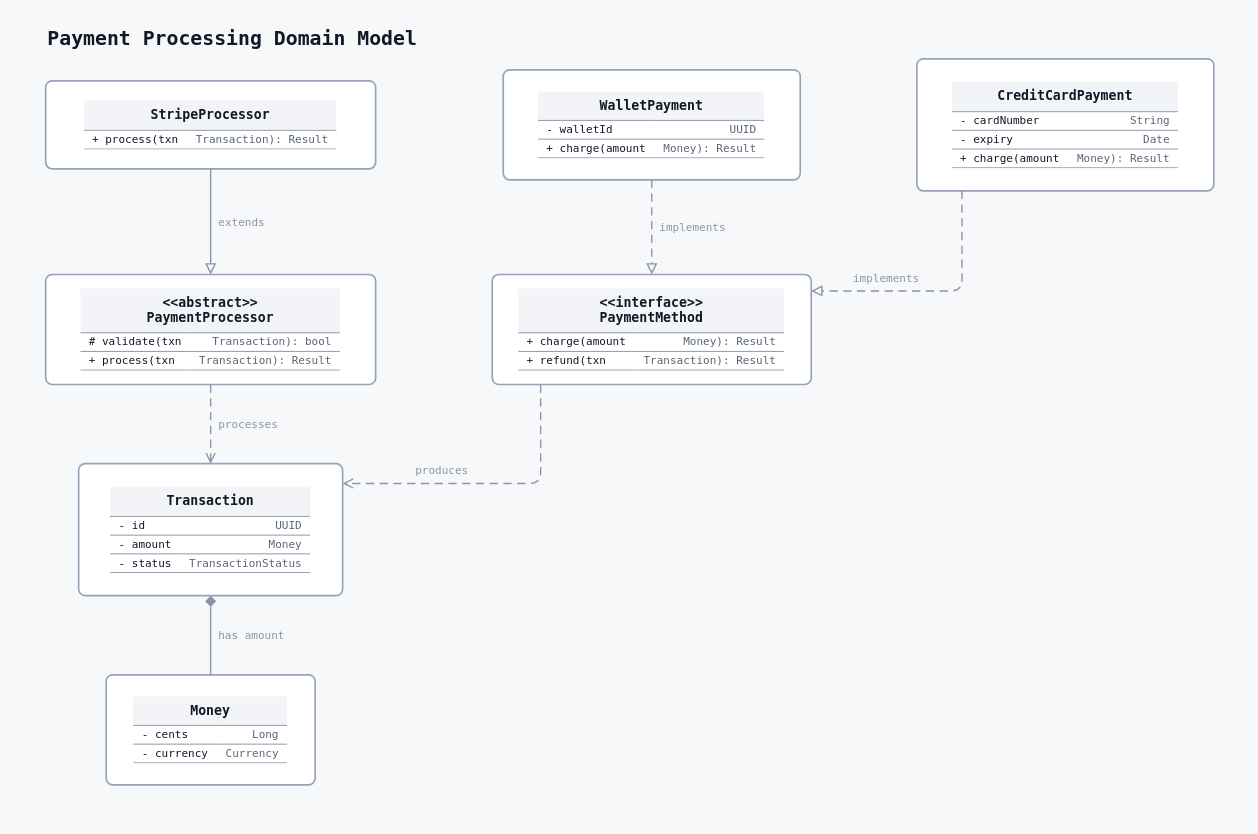
The draw.io diagram examples/payment_class_diagram/payment_class_diagram.drawio in rg12301/rdg, before the edit. Source tidied: cells renumbered, new cells numbered last; positions are measured from the earlier drawing's top-left corner, leaving out a move shared by most shapes. Both pictures are drawn from the tidied source at 110%, with x=0, y=0 at pixel (45, 19).
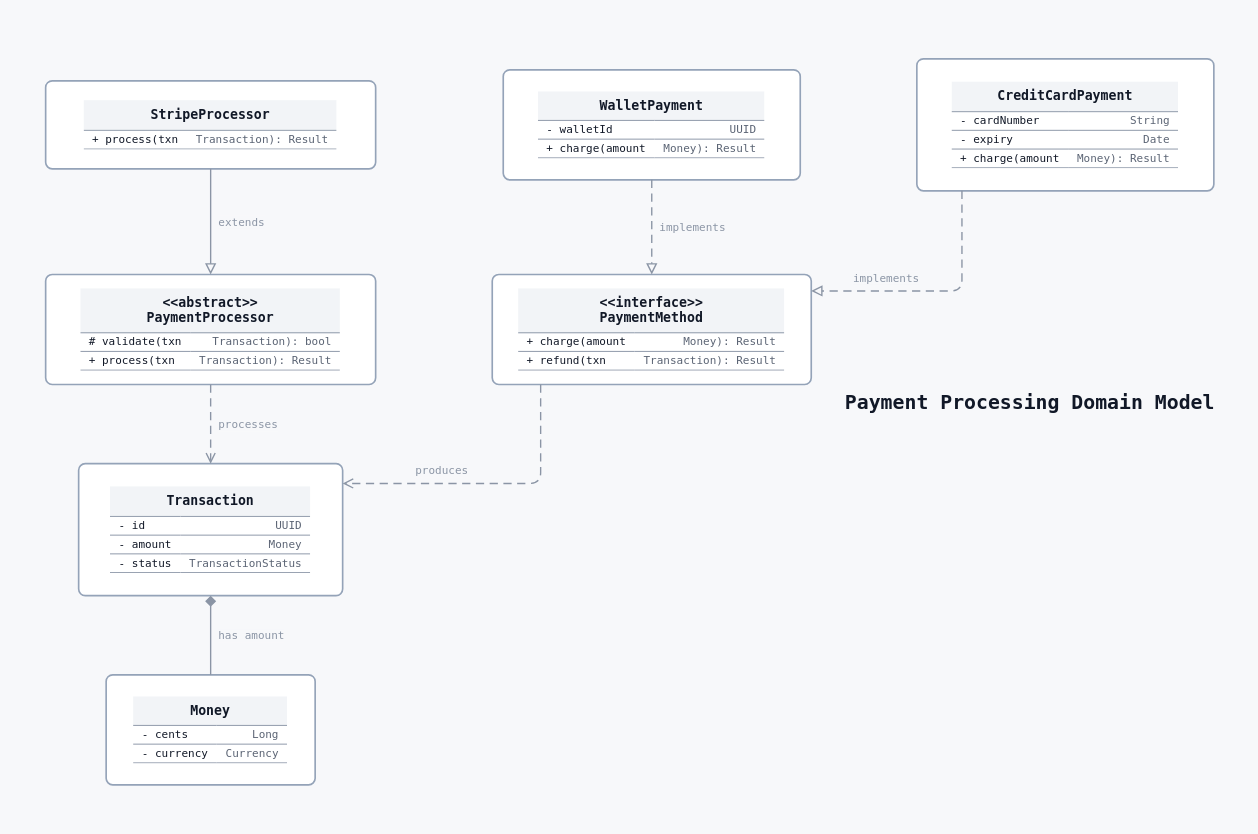
The same diagram, later.

Change to the diagram source:
```diff
@@
 <mxGraphModel background="#f7f8fa">
   <root>
     <mxCell id="0" />
     <mxCell id="1" parent="0" />
+    <mxCell id="16" style="rounded=0;fillColor=none;strokeColor=none;selectable=0;" parent="1" vertex="1">
+      <mxGeometry x="-24" y="8" width="1110" height="716" as="geometry" />
+    </mxCell>
-    <mxCell id="2" value="&lt;b&gt;&lt;font style=&quot;font-size:18px;color:#111827;&quot;&gt;Payment Processing Domain Model&lt;/font&gt;&lt;/b&gt;" style="text;html=1;strokeColor=none;fillColor=none;align=left;verticalAlign=top;rounded=0;whiteSpace=nowrap;fontFamily=JetBrains Mono, ui-monospace, SFMono-Regular, Menlo, Consolas, monospace;" parent="1" vertex="1">
-      <mxGeometry width="335" height="36" as="geometry" />
+    <mxCell id="2" value="&lt;b&gt;&lt;font style=&quot;font-size:18px;color:#111827;line-height:24px;&quot;&gt;Payment Processing Domain Model&lt;/font&gt;&lt;/b&gt;" style="text;html=1;strokeColor=none;fillColor=none;align=right;verticalAlign=top;rounded=0;whiteSpace=nowrap;spacing=0;fontFamily=JetBrains Mono, ui-monospace, SFMono-Regular, Menlo, Consolas, monospace;" parent="1" vertex="1">
+      <mxGeometry x="723" y="332" width="338.8" height="24.3" as="geometry" />
     </mxCell>
     <mxCell id="3" value="&lt;table style=&quot;width:100%;height:100%;border-collapse:collapse;font-family:JetBrains Mono, ui-monospace, SFMono-Regular, Menlo, Consolas, monospace;&quot;&gt;&lt;tr style=&quot;background:rgba(148,163,184,0.120);&quot;&gt;&lt;td colspan=&quot;2&quot; style=&quot;padding:6px 8px;border-bottom:1px solid #9aa3b2;text-align:center;color:#111827;font-size:12px;&quot;&gt;&lt;b&gt;&amp;lt;&amp;lt;interface&amp;gt;&amp;gt;&lt;br/&gt;PaymentMethod&lt;/b&gt;&lt;/td&gt;&lt;/tr&gt;&lt;tr style=&quot;border-bottom:1px solid #9aa3b2;&quot;&gt;&lt;td  style=&quot;padding:2px 8px;text-align:left;font-family:JetBrains Mono, ui-monospace, Menlo, monospace;font-size:10px;color:#111827;&quot;&gt;+ charge(amount&lt;/td&gt;&lt;td style=&quot;padding:2px 8px;text-align:right;color:#5b6474;font-size:10px;font-family:JetBrains Mono, ui-monospace, Menlo, monospace;&quot;&gt;Money): Result&lt;/td&gt;&lt;/tr&gt;&lt;tr style=&quot;border-bottom:1px solid #9aa3b2;&quot;&gt;&lt;td  style=&quot;padding:2px 8px;text-align:left;font-family:JetBrains Mono, ui-monospace, Menlo, monospace;font-size:10px;color:#111827;&quot;&gt;+ refund(txn&lt;/td&gt;&lt;td style=&quot;padding:2px 8px;text-align:right;color:#5b6474;font-size:10px;font-family:JetBrains Mono, ui-monospace, Menlo, monospace;&quot;&gt;Transaction): Result&lt;/td&gt;&lt;/tr&gt;&lt;/table&gt;" style="rounded=1;absoluteArcSize=1;arcSize=12;html=1;whiteSpace=wrap;fillColor=#ffffff;fillOpacity=100;strokeColor=#94a3b8;strokeWidth=1.5;shadow=0;fontFamily=JetBrains Mono, ui-monospace, SFMono-Regular, Menlo, Consolas, monospace;fontSize=12;fontColor=#111827;fontStyle=0;align=center;verticalAlign=middle;spacingTop=4;spacingBottom=4;spacingLeft=8;spacingRight=8;spacingTop=0;spacingBottom=0;spacingLeft=0;spacingRight=0;overflow=hidden;" parent="1" vertex="1">
       <mxGeometry x="406" y="232" width="290" height="100" as="geometry" />
     </mxCell>
     <mxCell id="4" value="&lt;table style=&quot;width:100%;height:100%;border-collapse:collapse;font-family:JetBrains Mono, ui-monospace, SFMono-Regular, Menlo, Consolas, monospace;&quot;&gt;&lt;tr style=&quot;background:rgba(148,163,184,0.120);&quot;&gt;&lt;td colspan=&quot;2&quot; style=&quot;padding:6px 8px;border-bottom:1px solid #9aa3b2;text-align:center;color:#111827;font-size:12px;&quot;&gt;&lt;b&gt;CreditCardPayment&lt;/b&gt;&lt;/td&gt;&lt;/tr&gt;&lt;tr style=&quot;border-bottom:1px solid #9aa3b2;&quot;&gt;&lt;td  style=&quot;padding:2px 8px;text-align:left;font-family:JetBrains Mono, ui-monospace, Menlo, monospace;font-size:10px;color:#111827;&quot;&gt;- cardNumber&lt;/td&gt;&lt;td style=&quot;padding:2px 8px;text-align:right;color:#5b6474;font-size:10px;font-family:JetBrains Mono, ui-monospace, Menlo, monospace;&quot;&gt;String&lt;/td&gt;&lt;/tr&gt;&lt;tr style=&quot;border-bottom:1px solid #9aa3b2;&quot;&gt;&lt;td  style=&quot;padding:2px 8px;text-align:left;font-family:JetBrains Mono, ui-monospace, Menlo, monospace;font-size:10px;color:#111827;&quot;&gt;- expiry&lt;/td&gt;&lt;td style=&quot;padding:2px 8px;text-align:right;color:#5b6474;font-size:10px;font-family:JetBrains Mono, ui-monospace, Menlo, monospace;&quot;&gt;Date&lt;/td&gt;&lt;/tr&gt;&lt;tr style=&quot;border-bottom:1px solid #9aa3b2;&quot;&gt;&lt;td  style=&quot;padding:2px 8px;text-align:left;font-family:JetBrains Mono, ui-monospace, Menlo, monospace;font-size:10px;color:#111827;&quot;&gt;+ charge(amount&lt;/td&gt;&lt;td style=&quot;padding:2px 8px;text-align:right;color:#5b6474;font-size:10px;font-family:JetBrains Mono, ui-monospace, Menlo, monospace;&quot;&gt;Money): Result&lt;/td&gt;&lt;/tr&gt;&lt;/table&gt;" style="rounded=1;absoluteArcSize=1;arcSize=12;html=1;whiteSpace=wrap;fillColor=#ffffff;fillOpacity=100;strokeColor=#94a3b8;strokeWidth=1.5;shadow=0;fontFamily=JetBrains Mono, ui-monospace, SFMono-Regular, Menlo, Consolas, monospace;fontSize=12;fontColor=#111827;fontStyle=0;align=center;verticalAlign=middle;spacingTop=4;spacingBottom=4;spacingLeft=8;spacingRight=8;spacingTop=0;spacingBottom=0;spacingLeft=0;spacingRight=0;overflow=hidden;" parent="1" vertex="1">
       <mxGeometry x="792" y="36" width="270" height="120" as="geometry" />
     </mxCell>
     <mxCell id="5" value="&lt;table style=&quot;width:100%;height:100%;border-collapse:collapse;font-family:JetBrains Mono, ui-monospace, SFMono-Regular, Menlo, Consolas, monospace;&quot;&gt;&lt;tr style=&quot;background:rgba(148,163,184,0.120);&quot;&gt;&lt;td colspan=&quot;2&quot; style=&quot;padding:6px 8px;border-bottom:1px solid #9aa3b2;text-align:center;color:#111827;font-size:12px;&quot;&gt;&lt;b&gt;WalletPayment&lt;/b&gt;&lt;/td&gt;&lt;/tr&gt;&lt;tr style=&quot;border-bottom:1px solid #9aa3b2;&quot;&gt;&lt;td  style=&quot;padding:2px 8px;text-align:left;font-family:JetBrains Mono, ui-monospace, Menlo, monospace;font-size:10px;color:#111827;&quot;&gt;- walletId&lt;/td&gt;&lt;td style=&quot;padding:2px 8px;text-align:right;color:#5b6474;font-size:10px;font-family:JetBrains Mono, ui-monospace, Menlo, monospace;&quot;&gt;UUID&lt;/td&gt;&lt;/tr&gt;&lt;tr style=&quot;border-bottom:1px solid #9aa3b2;&quot;&gt;&lt;td  style=&quot;padding:2px 8px;text-align:left;font-family:JetBrains Mono, ui-monospace, Menlo, monospace;font-size:10px;color:#111827;&quot;&gt;+ charge(amount&lt;/td&gt;&lt;td style=&quot;padding:2px 8px;text-align:right;color:#5b6474;font-size:10px;font-family:JetBrains Mono, ui-monospace, Menlo, monospace;&quot;&gt;Money): Result&lt;/td&gt;&lt;/tr&gt;&lt;/table&gt;" style="rounded=1;absoluteArcSize=1;arcSize=12;html=1;whiteSpace=wrap;fillColor=#ffffff;fillOpacity=100;strokeColor=#94a3b8;strokeWidth=1.5;shadow=0;fontFamily=JetBrains Mono, ui-monospace, SFMono-Regular, Menlo, Consolas, monospace;fontSize=12;fontColor=#111827;fontStyle=0;align=center;verticalAlign=middle;spacingTop=4;spacingBottom=4;spacingLeft=8;spacingRight=8;spacingTop=0;spacingBottom=0;spacingLeft=0;spacingRight=0;overflow=hidden;" parent="1" vertex="1">
       <mxGeometry x="416" y="46" width="270" height="100" as="geometry" />
     </mxCell>
     <mxCell id="6" value="&lt;table style=&quot;width:100%;height:100%;border-collapse:collapse;font-family:JetBrains Mono, ui-monospace, SFMono-Regular, Menlo, Consolas, monospace;&quot;&gt;&lt;tr style=&quot;background:rgba(148,163,184,0.120);&quot;&gt;&lt;td colspan=&quot;2&quot; style=&quot;padding:6px 8px;border-bottom:1px solid #9aa3b2;text-align:center;color:#111827;font-size:12px;&quot;&gt;&lt;b&gt;Transaction&lt;/b&gt;&lt;/td&gt;&lt;/tr&gt;&lt;tr style=&quot;border-bottom:1px solid #9aa3b2;&quot;&gt;&lt;td  style=&quot;padding:2px 8px;text-align:left;font-family:JetBrains Mono, ui-monospace, Menlo, monospace;font-size:10px;color:#111827;&quot;&gt;- id&lt;/td&gt;&lt;td style=&quot;padding:2px 8px;text-align:right;color:#5b6474;font-size:10px;font-family:JetBrains Mono, ui-monospace, Menlo, monospace;&quot;&gt;UUID&lt;/td&gt;&lt;/tr&gt;&lt;tr style=&quot;border-bottom:1px solid #9aa3b2;&quot;&gt;&lt;td  style=&quot;padding:2px 8px;text-align:left;font-family:JetBrains Mono, ui-monospace, Menlo, monospace;font-size:10px;color:#111827;&quot;&gt;- amount&lt;/td&gt;&lt;td style=&quot;padding:2px 8px;text-align:right;color:#5b6474;font-size:10px;font-family:JetBrains Mono, ui-monospace, Menlo, monospace;&quot;&gt;Money&lt;/td&gt;&lt;/tr&gt;&lt;tr style=&quot;border-bottom:1px solid #9aa3b2;&quot;&gt;&lt;td  style=&quot;padding:2px 8px;text-align:left;font-family:JetBrains Mono, ui-monospace, Menlo, monospace;font-size:10px;color:#111827;&quot;&gt;- status&lt;/td&gt;&lt;td style=&quot;padding:2px 8px;text-align:right;color:#5b6474;font-size:10px;font-family:JetBrains Mono, ui-monospace, Menlo, monospace;&quot;&gt;TransactionStatus&lt;/td&gt;&lt;/tr&gt;&lt;/table&gt;" style="rounded=1;absoluteArcSize=1;arcSize=12;html=1;whiteSpace=wrap;fillColor=#ffffff;fillOpacity=100;strokeColor=#94a3b8;strokeWidth=1.5;shadow=0;fontFamily=JetBrains Mono, ui-monospace, SFMono-Regular, Menlo, Consolas, monospace;fontSize=12;fontColor=#111827;fontStyle=0;align=center;verticalAlign=middle;spacingTop=4;spacingBottom=4;spacingLeft=8;spacingRight=8;spacingTop=0;spacingBottom=0;spacingLeft=0;spacingRight=0;overflow=hidden;" parent="1" vertex="1">
       <mxGeometry x="30" y="404" width="240" height="120" as="geometry" />
     </mxCell>
     <mxCell id="7" value="&lt;table style=&quot;width:100%;height:100%;border-collapse:collapse;font-family:JetBrains Mono, ui-monospace, SFMono-Regular, Menlo, Consolas, monospace;&quot;&gt;&lt;tr style=&quot;background:rgba(148,163,184,0.120);&quot;&gt;&lt;td colspan=&quot;2&quot; style=&quot;padding:6px 8px;border-bottom:1px solid #9aa3b2;text-align:center;color:#111827;font-size:12px;&quot;&gt;&lt;b&gt;Money&lt;/b&gt;&lt;/td&gt;&lt;/tr&gt;&lt;tr style=&quot;border-bottom:1px solid #9aa3b2;&quot;&gt;&lt;td  style=&quot;padding:2px 8px;text-align:left;font-family:JetBrains Mono, ui-monospace, Menlo, monospace;font-size:10px;color:#111827;&quot;&gt;- cents&lt;/td&gt;&lt;td style=&quot;padding:2px 8px;text-align:right;color:#5b6474;font-size:10px;font-family:JetBrains Mono, ui-monospace, Menlo, monospace;&quot;&gt;Long&lt;/td&gt;&lt;/tr&gt;&lt;tr style=&quot;border-bottom:1px solid #9aa3b2;&quot;&gt;&lt;td  style=&quot;padding:2px 8px;text-align:left;font-family:JetBrains Mono, ui-monospace, Menlo, monospace;font-size:10px;color:#111827;&quot;&gt;- currency&lt;/td&gt;&lt;td style=&quot;padding:2px 8px;text-align:right;color:#5b6474;font-size:10px;font-family:JetBrains Mono, ui-monospace, Menlo, monospace;&quot;&gt;Currency&lt;/td&gt;&lt;/tr&gt;&lt;/table&gt;" style="rounded=1;absoluteArcSize=1;arcSize=12;html=1;whiteSpace=wrap;fillColor=#ffffff;fillOpacity=100;strokeColor=#94a3b8;strokeWidth=1.5;shadow=0;fontFamily=JetBrains Mono, ui-monospace, SFMono-Regular, Menlo, Consolas, monospace;fontSize=12;fontColor=#111827;fontStyle=0;align=center;verticalAlign=middle;spacingTop=4;spacingBottom=4;spacingLeft=8;spacingRight=8;spacingTop=0;spacingBottom=0;spacingLeft=0;spacingRight=0;overflow=hidden;" parent="1" vertex="1">
       <mxGeometry x="55" y="596" width="190" height="100" as="geometry" />
     </mxCell>
     <mxCell id="8" value="&lt;table style=&quot;width:100%;height:100%;border-collapse:collapse;font-family:JetBrains Mono, ui-monospace, SFMono-Regular, Menlo, Consolas, monospace;&quot;&gt;&lt;tr style=&quot;background:rgba(148,163,184,0.120);&quot;&gt;&lt;td colspan=&quot;2&quot; style=&quot;padding:6px 8px;border-bottom:1px solid #9aa3b2;text-align:center;color:#111827;font-size:12px;&quot;&gt;&lt;b&gt;&amp;lt;&amp;lt;abstract&amp;gt;&amp;gt;&lt;br/&gt;PaymentProcessor&lt;/b&gt;&lt;/td&gt;&lt;/tr&gt;&lt;tr style=&quot;border-bottom:1px solid #9aa3b2;&quot;&gt;&lt;td  style=&quot;padding:2px 8px;text-align:left;font-family:JetBrains Mono, ui-monospace, Menlo, monospace;font-size:10px;color:#111827;&quot;&gt;# validate(txn&lt;/td&gt;&lt;td style=&quot;padding:2px 8px;text-align:right;color:#5b6474;font-size:10px;font-family:JetBrains Mono, ui-monospace, Menlo, monospace;&quot;&gt;Transaction): bool&lt;/td&gt;&lt;/tr&gt;&lt;tr style=&quot;border-bottom:1px solid #9aa3b2;&quot;&gt;&lt;td  style=&quot;padding:2px 8px;text-align:left;font-family:JetBrains Mono, ui-monospace, Menlo, monospace;font-size:10px;color:#111827;&quot;&gt;+ process(txn&lt;/td&gt;&lt;td style=&quot;padding:2px 8px;text-align:right;color:#5b6474;font-size:10px;font-family:JetBrains Mono, ui-monospace, Menlo, monospace;&quot;&gt;Transaction): Result&lt;/td&gt;&lt;/tr&gt;&lt;/table&gt;" style="rounded=1;absoluteArcSize=1;arcSize=12;html=1;whiteSpace=wrap;fillColor=#ffffff;fillOpacity=100;strokeColor=#94a3b8;strokeWidth=1.5;shadow=0;fontFamily=JetBrains Mono, ui-monospace, SFMono-Regular, Menlo, Consolas, monospace;fontSize=12;fontColor=#111827;fontStyle=0;align=center;verticalAlign=middle;spacingTop=4;spacingBottom=4;spacingLeft=8;spacingRight=8;spacingTop=0;spacingBottom=0;spacingLeft=0;spacingRight=0;overflow=hidden;" parent="1" vertex="1">
       <mxGeometry y="232" width="300" height="100" as="geometry" />
     </mxCell>
     <mxCell id="9" value="&lt;table style=&quot;width:100%;height:100%;border-collapse:collapse;font-family:JetBrains Mono, ui-monospace, SFMono-Regular, Menlo, Consolas, monospace;&quot;&gt;&lt;tr style=&quot;background:rgba(148,163,184,0.120);&quot;&gt;&lt;td colspan=&quot;2&quot; style=&quot;padding:6px 8px;border-bottom:1px solid #9aa3b2;text-align:center;color:#111827;font-size:12px;&quot;&gt;&lt;b&gt;StripeProcessor&lt;/b&gt;&lt;/td&gt;&lt;/tr&gt;&lt;tr style=&quot;border-bottom:1px solid #9aa3b2;&quot;&gt;&lt;td  style=&quot;padding:2px 8px;text-align:left;font-family:JetBrains Mono, ui-monospace, Menlo, monospace;font-size:10px;color:#111827;&quot;&gt;+ process(txn&lt;/td&gt;&lt;td style=&quot;padding:2px 8px;text-align:right;color:#5b6474;font-size:10px;font-family:JetBrains Mono, ui-monospace, Menlo, monospace;&quot;&gt;Transaction): Result&lt;/td&gt;&lt;/tr&gt;&lt;/table&gt;" style="rounded=1;absoluteArcSize=1;arcSize=12;html=1;whiteSpace=wrap;fillColor=#ffffff;fillOpacity=100;strokeColor=#94a3b8;strokeWidth=1.5;shadow=0;fontFamily=JetBrains Mono, ui-monospace, SFMono-Regular, Menlo, Consolas, monospace;fontSize=12;fontColor=#111827;fontStyle=0;align=center;verticalAlign=middle;spacingTop=4;spacingBottom=4;spacingLeft=8;spacingRight=8;spacingTop=0;spacingBottom=0;spacingLeft=0;spacingRight=0;overflow=hidden;" parent="1" vertex="1">
       <mxGeometry y="56" width="300" height="80" as="geometry" />
     </mxCell>
     <mxCell id="10" value="implements" style="exitX=0.15185;exitY=1.00000;exitDx=0;exitDy=0;exitPerimeter=0;entryX=1.00000;entryY=0.15000;entryDx=0;entryDy=0;entryPerimeter=0;edgeStyle=none;html=1;rounded=1;jumpStyle=arc;jumpSize=6;strokeColor=#8b95a5;strokeWidth=1.25;dashed=1;dashPattern=6 4;endArrow=block;endFill=0;endSize=7;startArrow=none;labelBackgroundColor=#f7f8fa;labelBorderColor=none;fontFamily=JetBrains Mono, ui-monospace, SFMono-Regular, Menlo, Consolas, monospace;fontSize=10;fontColor=#8b95a5;" parent="1" edge="1" source="4" target="3">
       <mxGeometry x="0.4" y="-11.8" relative="1" as="geometry">
         <Array as="points">
           <mxPoint x="833" y="247" />
         </Array>
       </mxGeometry>
     </mxCell>
     <mxCell id="11" value="implements" style="exitX=0.50000;exitY=1.00000;exitDx=0;exitDy=0;exitPerimeter=0;entryX=0.50000;entryY=0.00000;entryDx=0;entryDy=0;entryPerimeter=0;edgeStyle=none;html=1;rounded=1;jumpStyle=arc;jumpSize=6;strokeColor=#8b95a5;strokeWidth=1.25;dashed=1;dashPattern=6 4;endArrow=block;endFill=0;endSize=7;startArrow=none;labelBackgroundColor=#f7f8fa;labelBorderColor=none;fontFamily=JetBrains Mono, ui-monospace, SFMono-Regular, Menlo, Consolas, monospace;fontSize=10;fontColor=#8b95a5;" parent="1" edge="1" source="5" target="3">
       <mxGeometry y="37" relative="1" as="geometry" />
     </mxCell>
     <mxCell id="12" value="extends" style="exitX=0.50000;exitY=1.00000;exitDx=0;exitDy=0;exitPerimeter=0;entryX=0.50000;entryY=0.00000;entryDx=0;entryDy=0;entryPerimeter=0;edgeStyle=none;html=1;rounded=1;jumpStyle=arc;jumpSize=6;strokeColor=#8b95a5;strokeWidth=1.25;dashed=0;endArrow=block;endFill=0;endSize=7;startArrow=none;labelBackgroundColor=#f7f8fa;labelBorderColor=none;fontFamily=JetBrains Mono, ui-monospace, SFMono-Regular, Menlo, Consolas, monospace;fontSize=10;fontColor=#8b95a5;" parent="1" edge="1" source="9" target="8">
       <mxGeometry y="28" relative="1" as="geometry" />
     </mxCell>
     <mxCell id="13" value="has amount" style="exitX=0.50000;exitY=1.00000;exitDx=0;exitDy=0;exitPerimeter=0;entryX=0.50000;entryY=0.00000;entryDx=0;entryDy=0;entryPerimeter=0;edgeStyle=none;html=1;rounded=1;jumpStyle=arc;jumpSize=6;strokeColor=#8b95a5;strokeWidth=1.25;dashed=0;endArrow=none;endFill=1;endSize=7;startArrow=diamond;startFill=1;startSize=7;labelBackgroundColor=#f7f8fa;labelBorderColor=none;fontFamily=JetBrains Mono, ui-monospace, SFMono-Regular, Menlo, Consolas, monospace;fontSize=10;fontColor=#8b95a5;" parent="1" edge="1" source="6" target="7">
       <mxGeometry y="37" relative="1" as="geometry" />
     </mxCell>
     <mxCell id="14" value="processes" style="exitX=0.50000;exitY=1.00000;exitDx=0;exitDy=0;exitPerimeter=0;entryX=0.50000;entryY=0.00000;entryDx=0;entryDy=0;entryPerimeter=0;edgeStyle=none;html=1;rounded=1;jumpStyle=arc;jumpSize=6;strokeColor=#8b95a5;strokeWidth=1.25;dashed=1;dashPattern=6 4;endArrow=open;endFill=0;endSize=7;startArrow=none;labelBackgroundColor=#f7f8fa;labelBorderColor=none;fontFamily=JetBrains Mono, ui-monospace, SFMono-Regular, Menlo, Consolas, monospace;fontSize=10;fontColor=#8b95a5;" parent="1" edge="1" source="8" target="6">
       <mxGeometry y="34" relative="1" as="geometry" />
     </mxCell>
     <mxCell id="15" value="produces" style="exitX=0.15172;exitY=1.00000;exitDx=0;exitDy=0;exitPerimeter=0;entryX=1.00000;entryY=0.15000;entryDx=0;entryDy=0;entryPerimeter=0;edgeStyle=none;html=1;rounded=1;jumpStyle=arc;jumpSize=6;strokeColor=#8b95a5;strokeWidth=1.25;dashed=1;dashPattern=6 4;endArrow=open;endFill=0;endSize=7;startArrow=none;labelBackgroundColor=#f7f8fa;labelBorderColor=none;fontFamily=JetBrains Mono, ui-monospace, SFMono-Regular, Menlo, Consolas, monospace;fontSize=10;fontColor=#8b95a5;" parent="1" edge="1" source="3" target="6">
       <mxGeometry x="0.33" y="-11.8" relative="1" as="geometry">
         <Array as="points">
           <mxPoint x="450" y="422" />
         </Array>
       </mxGeometry>
     </mxCell>
   </root>
 </mxGraphModel>
```
